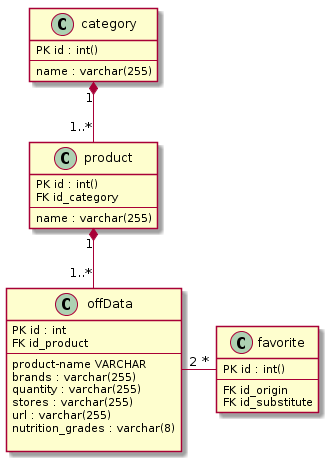
The PlantUML diagram doc/img/06_MPD.png in Zepmanbc/oc_dapython_pr5, before a commit.
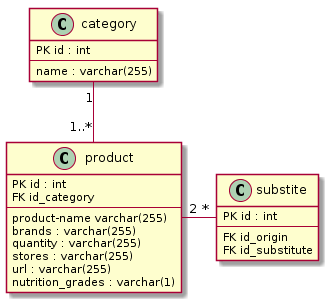
The same diagram one commit later.

What changed in the source:
```diff
@@ -1,40 +1,31 @@
 @startuml
 
     class category {
-        PK id : int()
+        PK id : int
         --
         name : varchar(255)
     }
 
     class product {
-        PK id : int()
+        PK id : int
         FK id_category
         --
-        name : varchar(255)
-    }
-
-    class offData {
-        PK id : int
-        FK id_product
-        --
-        product-name VARCHAR
+        product-name varchar(255)
         brands : varchar(255)
         quantity : varchar(255)
         stores : varchar(255)
         url : varchar(255)
-        nutrition_grades : varchar(8)
-
+        nutrition_grades : varchar(1)
     }
 
-    class favorite{
-        PK id : int()
+    class substite{
+        PK id : int
         --
         FK id_origin
         FK id_substitute
     }
 
-    category "1" *-- "1..*" product
-    product "1" *-- "1..*" offData
-    offData "2" - "*" favorite
+    category "1" -- "1..*" product
+    product "2" - "*" substite
 
 @enduml
```
